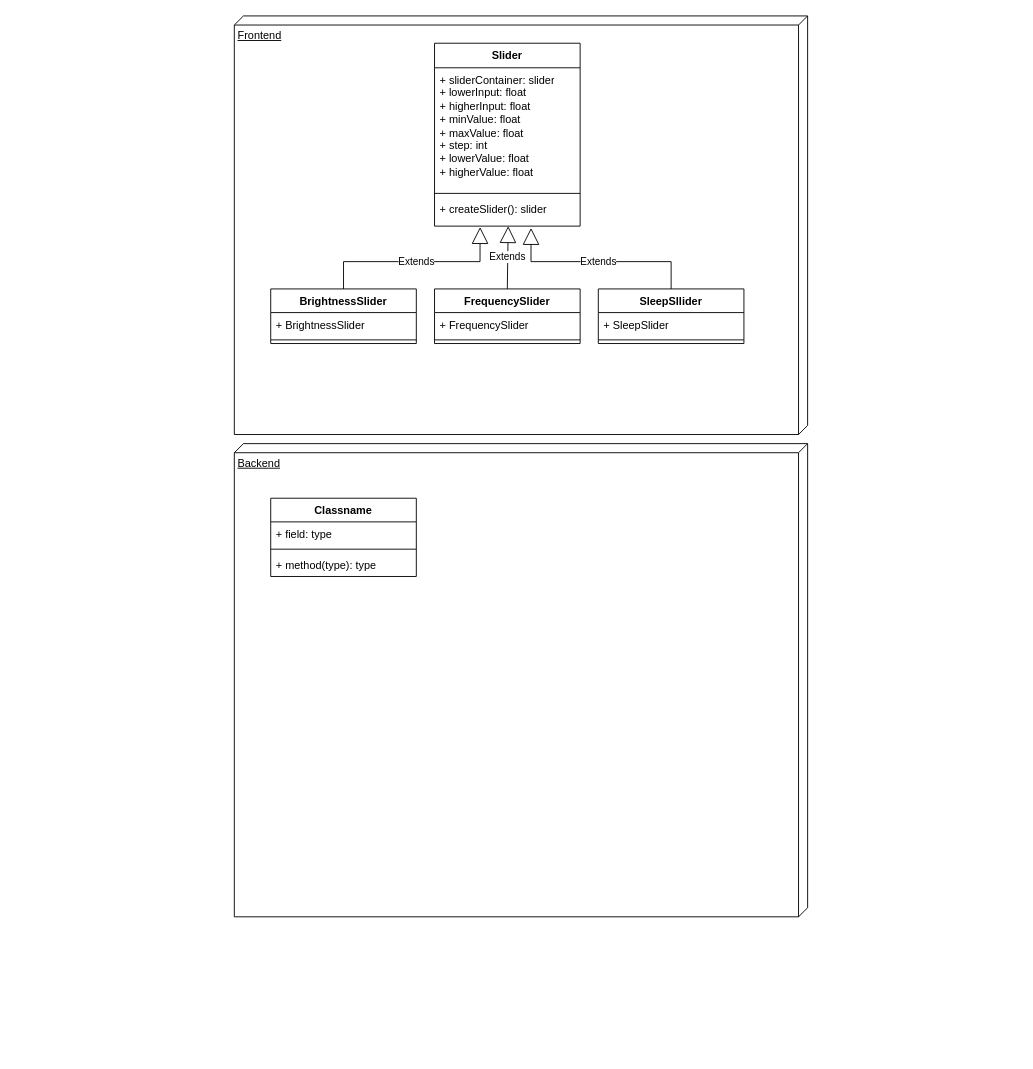
Before: uml_diagrams/class_diagram_v2.drawio in Phaneron97/smartLedstrip, a draw.io diagram. Source tidied: cells renumbered, new cells numbered last; positions are measured from the earlier drawing's top-left corner, leaving out a move shared by most shapes. Both pictures are drawn from the tidied source at 91%, with x=0, y=0 at pixel (234, 15).
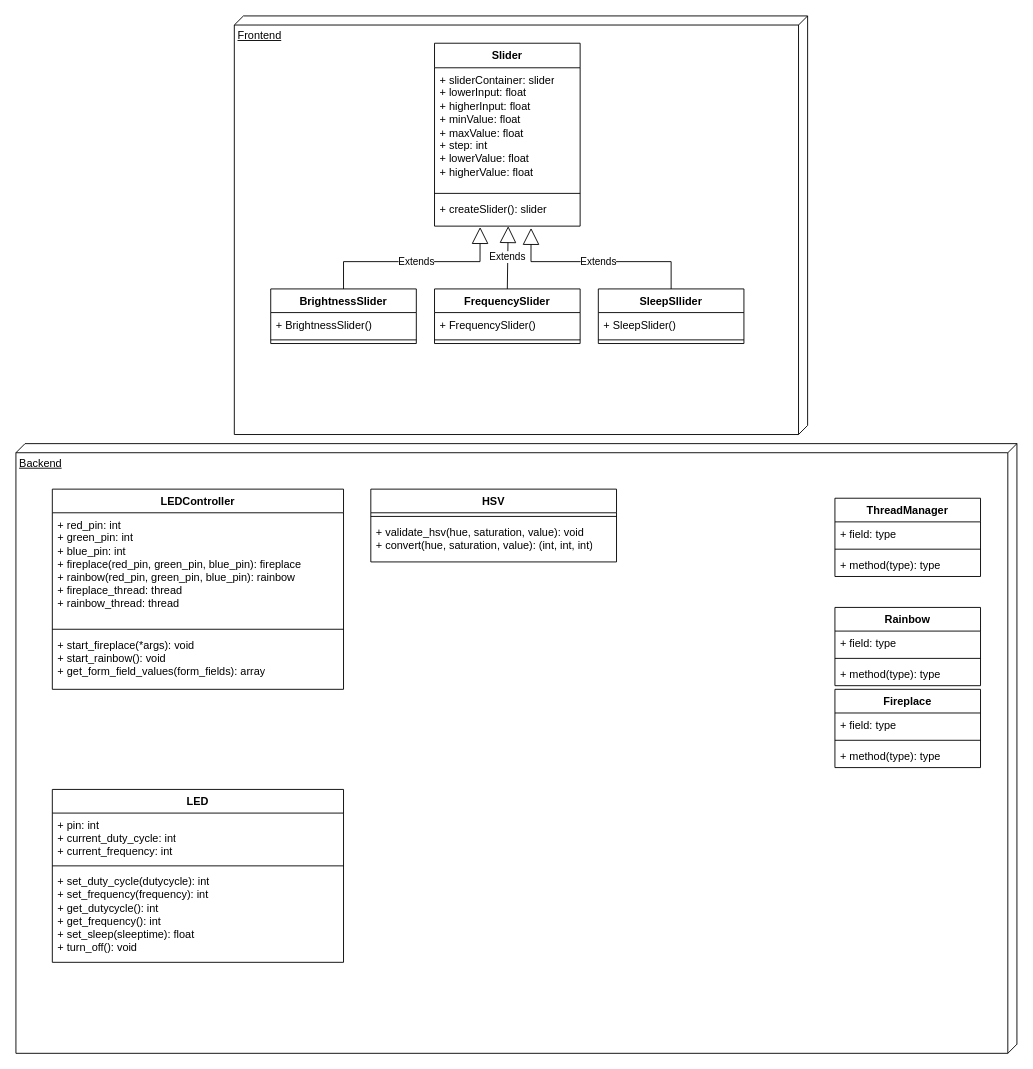
After the change.

The change refers to these unchanged cells:
```xml
<mxCell id="8" value="BrightnessSlider" style="swimlane;fontStyle=1;align=center;verticalAlign=top;horizontal=1;startSize=26;whiteSpace=wrap;html=1;" parent="1" vertex="1">
  <mxGeometry x="40" y="300" width="160" height="60" as="geometry" />
</mxCell>
<mxCell id="11" value="FrequencySlider" style="swimlane;fontStyle=1;align=center;verticalAlign=top;horizontal=1;startSize=26;whiteSpace=wrap;html=1;" parent="1" vertex="1">
  <mxGeometry x="220" y="300" width="160" height="60" as="geometry" />
</mxCell>
<mxCell id="14" value="SleepSllider" style="swimlane;fontStyle=1;align=center;verticalAlign=top;horizontal=1;startSize=26;whiteSpace=wrap;html=1;" parent="1" vertex="1">
  <mxGeometry x="400" y="300" width="160" height="60" as="geometry" />
</mxCell>
```

What changed in the source:
```diff
@@
     <mxCell id="3" value="Backend" style="verticalAlign=top;align=left;spacingTop=8;spacingLeft=2;spacingRight=12;shape=cube;size=10;direction=south;fontStyle=4;html=1;whiteSpace=wrap;" parent="1" vertex="1">
-      <mxGeometry y="470" width="630" height="520" as="geometry" />
+      <mxGeometry x="-240" y="470" width="1100" height="670" as="geometry" />
     </mxCell>
@@
-    <mxCell id="9" value="+ BrightnessSlider" style="text;strokeColor=none;fillColor=none;align=left;verticalAlign=top;spacingLeft=4;spacingRight=4;overflow=hidden;whiteSpace=wrap;html=1;" parent="8" vertex="1">
+    <mxCell id="9" value="+ BrightnessSlider()" style="text;strokeColor=none;fillColor=none;align=left;verticalAlign=top;spacingLeft=4;spacingRight=4;overflow=hidden;whiteSpace=wrap;html=1;" parent="8" vertex="1">
       <mxGeometry y="26" width="160" height="26" as="geometry" />
     </mxCell>
@@
-    <mxCell id="12" value="+ FrequencySlider" style="text;strokeColor=none;fillColor=none;align=left;verticalAlign=top;spacingLeft=4;spacingRight=4;overflow=hidden;whiteSpace=wrap;html=1;" parent="11" vertex="1">
+    <mxCell id="12" value="+ FrequencySlider()" style="text;strokeColor=none;fillColor=none;align=left;verticalAlign=top;spacingLeft=4;spacingRight=4;overflow=hidden;whiteSpace=wrap;html=1;" parent="11" vertex="1">
       <mxGeometry y="26" width="160" height="26" as="geometry" />
     </mxCell>
@@
-    <mxCell id="15" value="+ SleepSlider" style="text;strokeColor=none;fillColor=none;align=left;verticalAlign=top;spacingLeft=4;spacingRight=4;overflow=hidden;whiteSpace=wrap;html=1;" parent="14" vertex="1">
+    <mxCell id="15" value="+ SleepSlider()" style="text;strokeColor=none;fillColor=none;align=left;verticalAlign=top;spacingLeft=4;spacingRight=4;overflow=hidden;whiteSpace=wrap;html=1;" parent="14" vertex="1">
       <mxGeometry y="26" width="160" height="26" as="geometry" />
     </mxCell>
@@
-    <mxCell id="20" value="Classname" style="swimlane;fontStyle=1;align=center;verticalAlign=top;horizontal=1;startSize=26;whiteSpace=wrap;html=1;" parent="1" vertex="1">
-      <mxGeometry x="40" y="530" width="160" height="86" as="geometry" />
+    <mxCell id="20" value="LEDController" style="swimlane;fontStyle=1;align=center;verticalAlign=top;horizontal=1;startSize=26;whiteSpace=wrap;html=1;" parent="1" vertex="1">
+      <mxGeometry x="-200" y="520" width="320" height="220" as="geometry" />
     </mxCell>
-    <mxCell id="21" value="+ field: type" style="text;strokeColor=none;fillColor=none;align=left;verticalAlign=top;spacingLeft=4;spacingRight=4;overflow=hidden;whiteSpace=wrap;html=1;" parent="20" vertex="1">
-      <mxGeometry y="26" width="160" height="26" as="geometry" />
+    <mxCell id="21" value="&lt;div&gt;+ red_pin: int&lt;/div&gt;&lt;div&gt;+ green_pin: int&lt;/div&gt;&lt;div&gt;+ blue_pin: int&lt;/div&gt;&lt;div&gt;+ fireplace(red_pin, green_pin, blue_pin): fireplace&lt;/div&gt;&lt;div&gt;+ rainbow(red_pin, green_pin, blue_pin): rainbow&lt;/div&gt;&lt;div&gt;+ fireplace_thread: thread&lt;/div&gt;&lt;div&gt;+ rainbow_thread: thread&lt;/div&gt;" style="text;strokeColor=none;fillColor=none;align=left;verticalAlign=top;spacingLeft=4;spacingRight=4;overflow=hidden;whiteSpace=wrap;html=1;" parent="20" vertex="1">
+      <mxGeometry y="26" width="320" height="124" as="geometry" />
     </mxCell>
     <mxCell id="22" style="line;strokeWidth=1;fillColor=none;align=left;verticalAlign=middle;spacingTop=-1;spacingLeft=3;spacingRight=3;labelPosition=right;strokeColor=inherit;" parent="20" vertex="1">
-      <mxGeometry y="52" width="160" height="8" as="geometry" />
+      <mxGeometry y="150" width="320" height="8" as="geometry" />
     </mxCell>
-    <mxCell id="23" value="+ method(type): type" style="text;strokeColor=none;fillColor=none;align=left;verticalAlign=top;spacingLeft=4;spacingRight=4;overflow=hidden;whiteSpace=wrap;html=1;" parent="20" vertex="1">
-      <mxGeometry y="60" width="160" height="26" as="geometry" />
+    <mxCell id="23" value="&lt;div&gt;+ start_fireplace(*args): void&lt;/div&gt;&lt;div&gt;+ start_rainbow(): void&lt;/div&gt;&lt;div&gt;+ get_form_field_values(form_fields): array&lt;br&gt;&lt;/div&gt;" style="text;strokeColor=none;fillColor=none;align=left;verticalAlign=top;spacingLeft=4;spacingRight=4;overflow=hidden;whiteSpace=wrap;html=1;" parent="20" vertex="1">
+      <mxGeometry y="158" width="320" height="62" as="geometry" />
     </mxCell>
+    <mxCell id="24" value="Fireplace" style="swimlane;fontStyle=1;align=center;verticalAlign=top;horizontal=1;startSize=26;whiteSpace=wrap;html=1;" parent="1" vertex="1">
+      <mxGeometry x="660" y="740" width="160" height="86" as="geometry" />
+    </mxCell>
+    <mxCell id="25" value="+ field: type" style="text;strokeColor=none;fillColor=none;align=left;verticalAlign=top;spacingLeft=4;spacingRight=4;overflow=hidden;whiteSpace=wrap;html=1;" parent="24" vertex="1">
+      <mxGeometry y="26" width="160" height="26" as="geometry" />
+    </mxCell>
+    <mxCell id="26" style="line;strokeWidth=1;fillColor=none;align=left;verticalAlign=middle;spacingTop=-1;spacingLeft=3;spacingRight=3;labelPosition=right;strokeColor=inherit;" parent="24" vertex="1">
+      <mxGeometry y="52" width="160" height="8" as="geometry" />
+    </mxCell>
+    <mxCell id="27" value="+ method(type): type" style="text;strokeColor=none;fillColor=none;align=left;verticalAlign=top;spacingLeft=4;spacingRight=4;overflow=hidden;whiteSpace=wrap;html=1;" parent="24" vertex="1">
+      <mxGeometry y="60" width="160" height="26" as="geometry" />
+    </mxCell>
+    <mxCell id="28" value="HSV" style="swimlane;fontStyle=1;align=center;verticalAlign=top;horizontal=1;startSize=26;whiteSpace=wrap;html=1;" parent="1" vertex="1">
+      <mxGeometry x="150" y="520" width="270" height="80" as="geometry" />
+    </mxCell>
+    <mxCell id="29" style="line;strokeWidth=1;fillColor=none;align=left;verticalAlign=middle;spacingTop=-1;spacingLeft=3;spacingRight=3;labelPosition=right;strokeColor=inherit;" parent="28" vertex="1">
+      <mxGeometry y="26" width="270" height="8" as="geometry" />
+    </mxCell>
+    <mxCell id="30" value="&lt;div&gt;+ validate_hsv(hue, saturation, value): void&lt;/div&gt;&lt;div&gt;+ convert(hue, saturation, value): (int, int, int)&lt;br&gt;&lt;/div&gt;" style="text;strokeColor=none;fillColor=none;align=left;verticalAlign=top;spacingLeft=4;spacingRight=4;overflow=hidden;whiteSpace=wrap;html=1;" parent="28" vertex="1">
+      <mxGeometry y="34" width="270" height="46" as="geometry" />
+    </mxCell>
+    <mxCell id="31" value="LED" style="swimlane;fontStyle=1;align=center;verticalAlign=top;horizontal=1;startSize=26;whiteSpace=wrap;html=1;" parent="1" vertex="1">
+      <mxGeometry x="-200" y="850" width="320" height="190" as="geometry" />
+    </mxCell>
+    <mxCell id="32" value="&lt;div&gt;+ pin: int&lt;/div&gt;&lt;div&gt;+ current_duty_cycle: int&lt;/div&gt;&lt;div&gt;+ current_frequency: int&lt;br&gt;&lt;/div&gt;" style="text;strokeColor=none;fillColor=none;align=left;verticalAlign=top;spacingLeft=4;spacingRight=4;overflow=hidden;whiteSpace=wrap;html=1;" parent="31" vertex="1">
+      <mxGeometry y="26" width="320" height="54" as="geometry" />
+    </mxCell>
+    <mxCell id="33" style="line;strokeWidth=1;fillColor=none;align=left;verticalAlign=middle;spacingTop=-1;spacingLeft=3;spacingRight=3;labelPosition=right;strokeColor=inherit;" parent="31" vertex="1">
+      <mxGeometry y="80" width="320" height="8" as="geometry" />
+    </mxCell>
+    <mxCell id="34" value="&lt;div&gt;+ set_duty_cycle(dutycycle): int&lt;/div&gt;&lt;div&gt;+ set_frequency(frequency): int&lt;/div&gt;&lt;div&gt;+ get_dutycycle(): int&lt;/div&gt;&lt;div&gt;+ get_frequency(): int&lt;/div&gt;&lt;div&gt;+ set_sleep(sleeptime): float&lt;/div&gt;&lt;div&gt;+ turn_off(): void&lt;br&gt;&lt;/div&gt;" style="text;strokeColor=none;fillColor=none;align=left;verticalAlign=top;spacingLeft=4;spacingRight=4;overflow=hidden;whiteSpace=wrap;html=1;" parent="31" vertex="1">
+      <mxGeometry y="88" width="320" height="102" as="geometry" />
+    </mxCell>
+    <mxCell id="35" value="ThreadManager" style="swimlane;fontStyle=1;align=center;verticalAlign=top;horizontal=1;startSize=26;whiteSpace=wrap;html=1;" parent="1" vertex="1">
+      <mxGeometry x="660" y="530" width="160" height="86" as="geometry" />
+    </mxCell>
+    <mxCell id="36" value="+ field: type" style="text;strokeColor=none;fillColor=none;align=left;verticalAlign=top;spacingLeft=4;spacingRight=4;overflow=hidden;whiteSpace=wrap;html=1;" parent="35" vertex="1">
+      <mxGeometry y="26" width="160" height="26" as="geometry" />
+    </mxCell>
+    <mxCell id="37" style="line;strokeWidth=1;fillColor=none;align=left;verticalAlign=middle;spacingTop=-1;spacingLeft=3;spacingRight=3;labelPosition=right;strokeColor=inherit;" parent="35" vertex="1">
+      <mxGeometry y="52" width="160" height="8" as="geometry" />
+    </mxCell>
+    <mxCell id="38" value="+ method(type): type" style="text;strokeColor=none;fillColor=none;align=left;verticalAlign=top;spacingLeft=4;spacingRight=4;overflow=hidden;whiteSpace=wrap;html=1;" parent="35" vertex="1">
+      <mxGeometry y="60" width="160" height="26" as="geometry" />
+    </mxCell>
+    <mxCell id="39" value="Rainbow" style="swimlane;fontStyle=1;align=center;verticalAlign=top;horizontal=1;startSize=26;whiteSpace=wrap;html=1;" parent="1" vertex="1">
+      <mxGeometry x="660" y="650" width="160" height="86" as="geometry" />
+    </mxCell>
+    <mxCell id="40" value="+ field: type" style="text;strokeColor=none;fillColor=none;align=left;verticalAlign=top;spacingLeft=4;spacingRight=4;overflow=hidden;whiteSpace=wrap;html=1;" parent="39" vertex="1">
+      <mxGeometry y="26" width="160" height="26" as="geometry" />
+    </mxCell>
+    <mxCell id="41" style="line;strokeWidth=1;fillColor=none;align=left;verticalAlign=middle;spacingTop=-1;spacingLeft=3;spacingRight=3;labelPosition=right;strokeColor=inherit;" parent="39" vertex="1">
+      <mxGeometry y="52" width="160" height="8" as="geometry" />
+    </mxCell>
+    <mxCell id="42" value="+ method(type): type" style="text;strokeColor=none;fillColor=none;align=left;verticalAlign=top;spacingLeft=4;spacingRight=4;overflow=hidden;whiteSpace=wrap;html=1;" parent="39" vertex="1">
+      <mxGeometry y="60" width="160" height="26" as="geometry" />
+    </mxCell>
```
